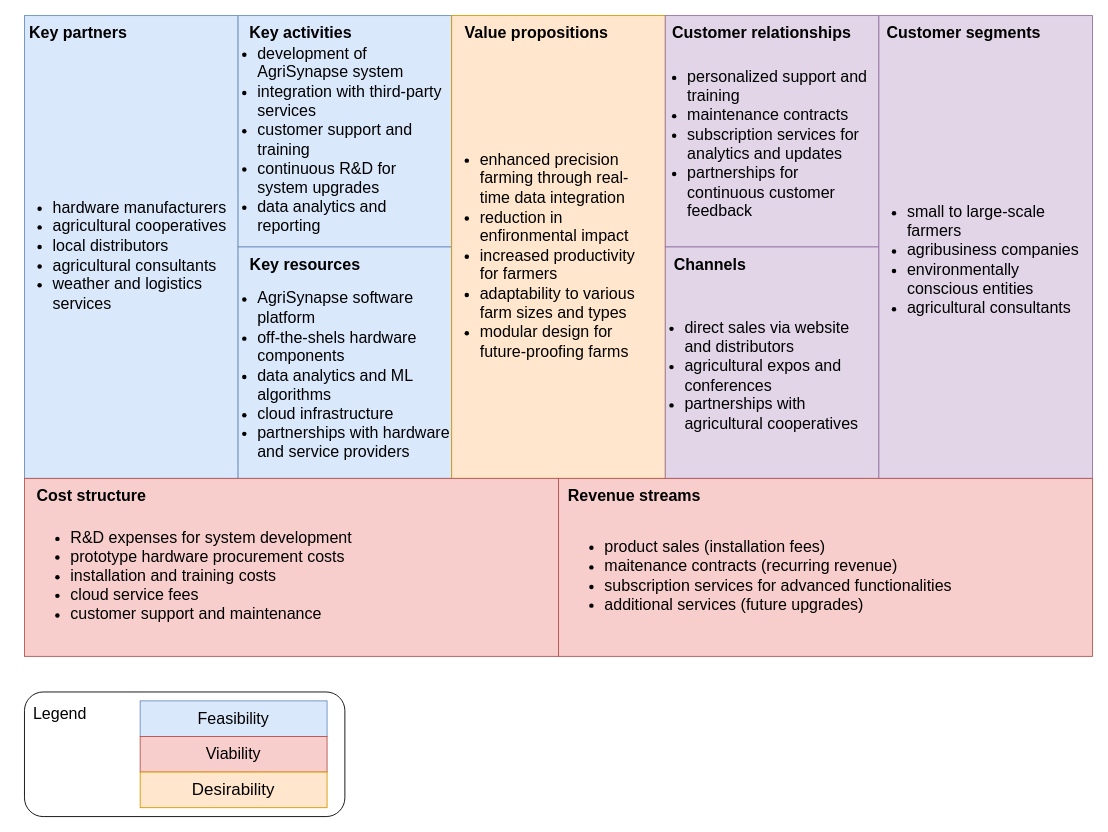
The draw.io diagram business_model.drawio in hakotaco/sa-g3, before the edit. Source tidied: cells renumbered, new cells numbered last; positions are measured from the earlier drawing's top-left corner, leaving out a move shared by most shapes. Both pictures are drawn from the tidied source at 89%, with x=0, y=0 at pixel (15, 15).
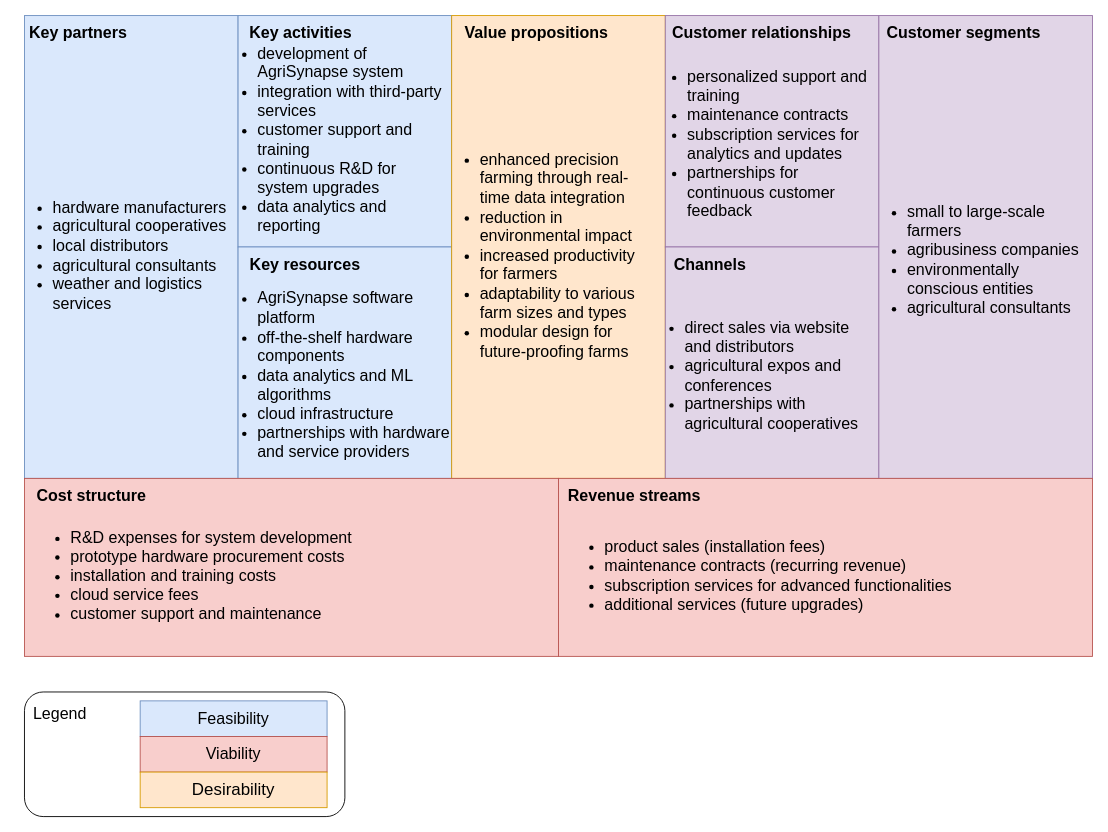
The same diagram, later.

Commit message:
spelling in business_model

Diff of the diagram source:
```diff
@@
-    <mxCell id="21" value="&lt;ul style=&quot;font-size: 18px;&quot;&gt;&lt;li style=&quot;font-size: 18px;&quot;&gt;enhanced precision farming through real-time data integration&lt;/li&gt;&lt;li style=&quot;font-size: 18px;&quot;&gt;reduction in enfironmental impact&lt;/li&gt;&lt;li style=&quot;font-size: 18px;&quot;&gt;increased productivity for farmers&lt;/li&gt;&lt;li style=&quot;font-size: 18px;&quot;&gt;adaptability to various farm sizes and types&lt;/li&gt;&lt;li style=&quot;font-size: 18px;&quot;&gt;modular design for future-proofing farms&lt;/li&gt;&lt;/ul&gt;" style="text;html=1;strokeColor=none;fillColor=none;align=left;verticalAlign=middle;whiteSpace=wrap;rounded=0;fontSize=18;" parent="1" vertex="1">
+    <mxCell id="21" value="&lt;ul style=&quot;font-size: 18px;&quot;&gt;&lt;li style=&quot;font-size: 18px;&quot;&gt;enhanced precision farming through real-time data integration&lt;/li&gt;&lt;li style=&quot;font-size: 18px;&quot;&gt;reduction in environmental impact&lt;/li&gt;&lt;li style=&quot;font-size: 18px;&quot;&gt;increased productivity for farmers&lt;/li&gt;&lt;li style=&quot;font-size: 18px;&quot;&gt;adaptability to various farm sizes and types&lt;/li&gt;&lt;li style=&quot;font-size: 18px;&quot;&gt;modular design for future-proofing farms&lt;/li&gt;&lt;/ul&gt;" style="text;html=1;strokeColor=none;fillColor=none;align=left;verticalAlign=middle;whiteSpace=wrap;rounded=0;fontSize=18;" parent="1" vertex="1">
       <mxGeometry x="480" y="40" width="240" height="460" as="geometry" />
     </mxCell>
@@
-    <mxCell id="23" value="&lt;ul style=&quot;font-size: 18px;&quot;&gt;&lt;li style=&quot;font-size: 18px;&quot;&gt;product sales (installation fees)&lt;/li&gt;&lt;li style=&quot;font-size: 18px;&quot;&gt;maitenance contracts (recurring revenue)&lt;/li&gt;&lt;li style=&quot;font-size: 18px;&quot;&gt;subscription services for advanced functionalities&lt;/li&gt;&lt;li style=&quot;font-size: 18px;&quot;&gt;additional services (future upgrades)&lt;/li&gt;&lt;/ul&gt;" style="text;html=1;strokeColor=none;fillColor=none;align=left;verticalAlign=middle;whiteSpace=wrap;rounded=0;fontSize=18;" parent="1" vertex="1">
+    <mxCell id="23" value="&lt;ul style=&quot;font-size: 18px;&quot;&gt;&lt;li style=&quot;font-size: 18px;&quot;&gt;product sales (installation fees)&lt;/li&gt;&lt;li style=&quot;font-size: 18px;&quot;&gt;maintenance contracts (recurring revenue)&lt;/li&gt;&lt;li style=&quot;font-size: 18px;&quot;&gt;subscription services for advanced functionalities&lt;/li&gt;&lt;li style=&quot;font-size: 18px;&quot;&gt;additional services (future upgrades)&lt;/li&gt;&lt;/ul&gt;" style="text;html=1;strokeColor=none;fillColor=none;align=left;verticalAlign=middle;whiteSpace=wrap;rounded=0;fontSize=18;" parent="1" vertex="1">
       <mxGeometry x="620" y="550" width="572.5" height="160" as="geometry" />
     </mxCell>
@@
-    <mxCell id="28" value="&lt;ul style=&quot;font-size: 18px;&quot;&gt;&lt;li style=&quot;font-size: 18px;&quot;&gt;AgriSynapse software platform&lt;/li&gt;&lt;li style=&quot;font-size: 18px;&quot;&gt;off-the-shels hardware components&lt;/li&gt;&lt;li style=&quot;font-size: 18px;&quot;&gt;data analytics and ML algorithms&lt;/li&gt;&lt;li style=&quot;font-size: 18px;&quot;&gt;cloud infrastructure&lt;/li&gt;&lt;li style=&quot;font-size: 18px;&quot;&gt;partnerships with hardware and service providers&lt;/li&gt;&lt;/ul&gt;" style="text;html=1;strokeColor=none;fillColor=none;align=left;verticalAlign=middle;whiteSpace=wrap;rounded=0;fontSize=18;" parent="1" vertex="1">
+    <mxCell id="28" value="&lt;ul style=&quot;font-size: 18px;&quot;&gt;&lt;li style=&quot;font-size: 18px;&quot;&gt;AgriSynapse software platform&lt;/li&gt;&lt;li style=&quot;font-size: 18px;&quot;&gt;off-the-shelf hardware components&lt;/li&gt;&lt;li style=&quot;font-size: 18px;&quot;&gt;data analytics and ML algorithms&lt;/li&gt;&lt;li style=&quot;font-size: 18px;&quot;&gt;cloud infrastructure&lt;/li&gt;&lt;li style=&quot;font-size: 18px;&quot;&gt;partnerships with hardware and service providers&lt;/li&gt;&lt;/ul&gt;" style="text;html=1;strokeColor=none;fillColor=none;align=left;verticalAlign=middle;whiteSpace=wrap;rounded=0;fontSize=18;" parent="1" vertex="1">
       <mxGeometry x="230" y="320" width="260" height="170" as="geometry" />
     </mxCell>
```
